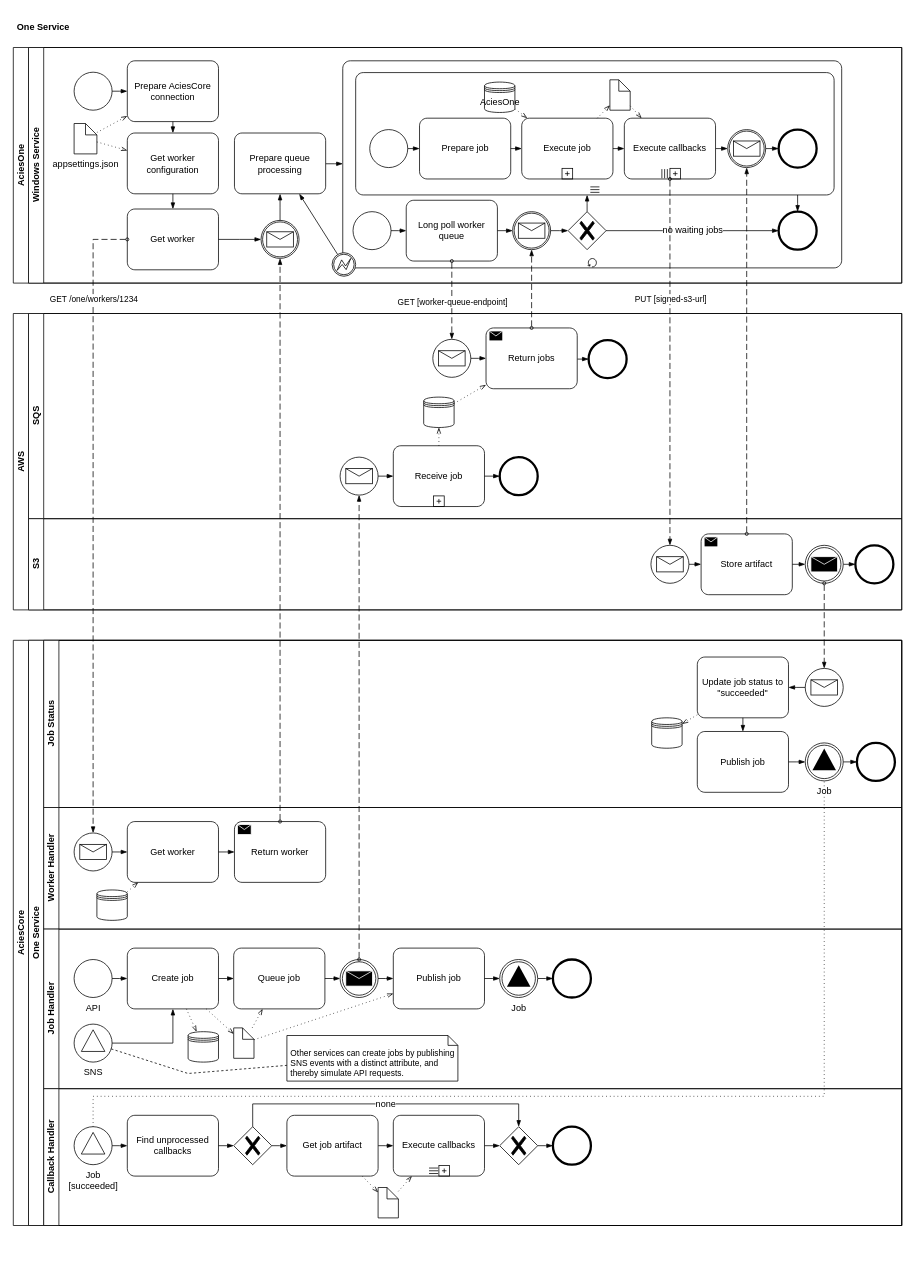
This is services/one/One.drawio from AciesDK/core-diagrams, a draw.io file, before an edit. Source tidied: cells renumbered, new cells numbered last; positions are measured from the earlier drawing's top-left corner, leaving out a move shared by most shapes. Both pictures are drawn from the tidied source at 76%, with x=0, y=0 at pixel (13, 17).
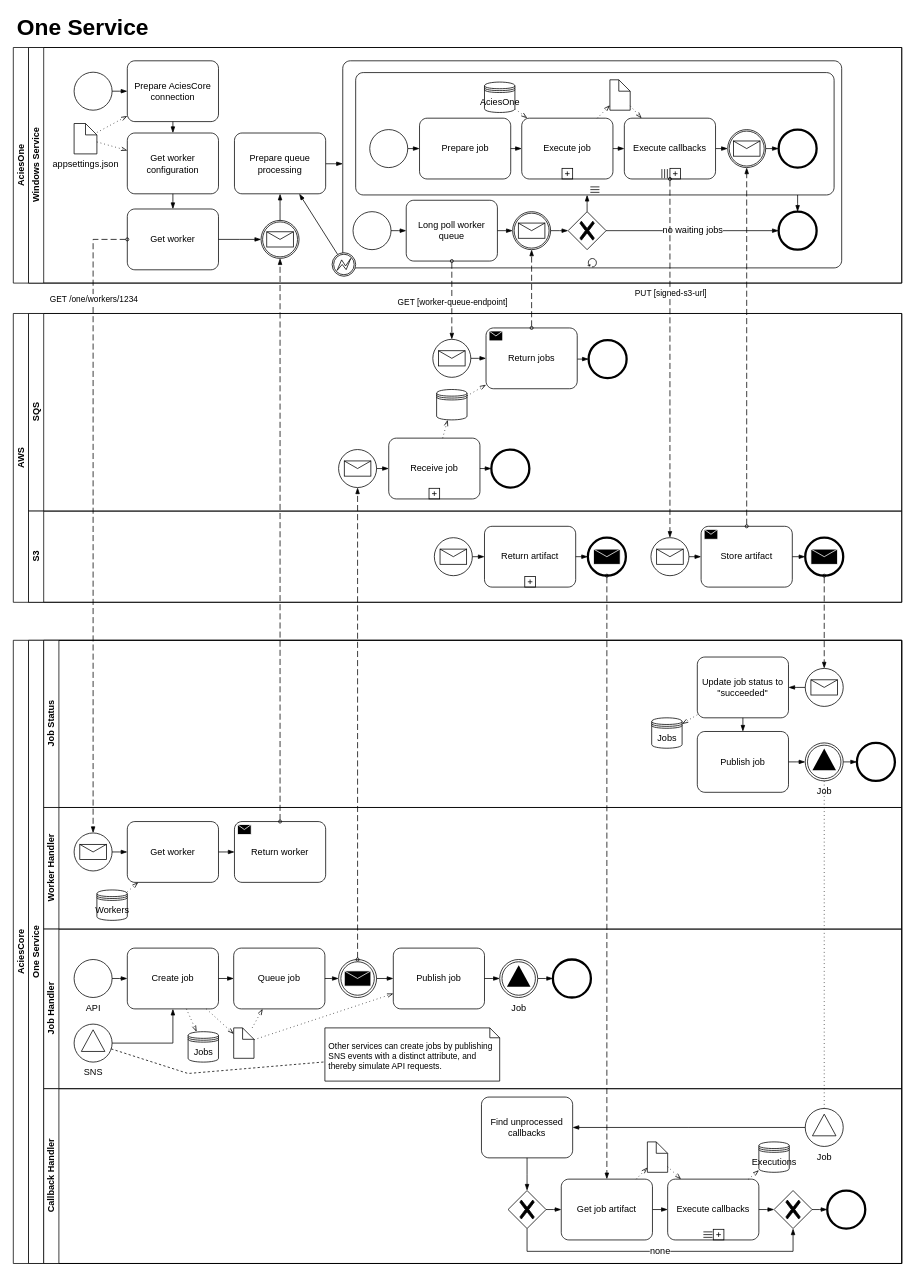
Above is the later version.

Unchanged cells that the change refers to:
```xml
<mxCell id="52" value="Job Status" style="swimlane;html=1;startSize=20;horizontal=0;" parent="51" vertex="1">
  <mxGeometry x="20" width="1129" height="220" as="geometry" />
</mxCell>
<mxCell id="62" value="Job" style="points=[[0.145,0.145,0],[0.5,0,0],[0.855,0.145,0],[1,0.5,0],[0.855,0.855,0],[0.5,1,0],[0.145,0.855,0],[0,0.5,0]];shape=mxgraph.bpmn.event;html=1;verticalLabelPosition=bottom;labelBackgroundColor=#ffffff;verticalAlign=top;align=center;perimeter=ellipsePerimeter;outlineConnect=0;outline=throwing;symbol=signal;" parent="52" vertex="1">
  <mxGeometry x="1002" y="135" width="50" height="50" as="geometry" />
</mxCell>
<mxCell id="64" value="Worker Handler" style="swimlane;html=1;startSize=20;horizontal=0;" parent="51" vertex="1">
  <mxGeometry x="20" y="220" width="1129" height="160" as="geometry" />
</mxCell>
<mxCell id="72" value="Job Handler" style="swimlane;html=1;startSize=20;horizontal=0;" parent="51" vertex="1">
  <mxGeometry x="20" y="380" width="1129" height="210" as="geometry" />
</mxCell>
```

Diff of the diagram source:
```diff
@@
     <mxCell id="50" value="AciesCore" style="swimlane;html=1;horizontal=0;startSize=20;whiteSpace=wrap;" parent="1" vertex="1">
-      <mxGeometry y="820" width="1169" height="770" as="geometry" />
+      <mxGeometry y="820" width="1169" height="820" as="geometry" />
     </mxCell>
     <mxCell id="51" value="One Service" style="swimlane;html=1;horizontal=0;startSize=20;whiteSpace=wrap;" parent="50" vertex="1">
-      <mxGeometry x="20" width="1149" height="770" as="geometry" />
+      <mxGeometry x="20" width="1149" height="820" as="geometry" />
     </mxCell>
@@
-    <mxCell id="58" style="shape=datastore;html=1;labelPosition=center;verticalLabelPosition=bottom;align=center;verticalAlign=top;" parent="52" vertex="1">
+    <mxCell id="58" value="Jobs" style="shape=datastore;html=1;labelPosition=center;verticalLabelPosition=middle;align=center;verticalAlign=middle;" parent="52" vertex="1">
       <mxGeometry x="800" y="102" width="40" height="40" as="geometry" />
     </mxCell>
@@
-    <mxCell id="68" style="shape=datastore;html=1;labelPosition=center;verticalLabelPosition=bottom;align=center;verticalAlign=top;" parent="64" vertex="1">
+    <mxCell id="68" value="Workers" style="shape=datastore;html=1;labelPosition=center;verticalLabelPosition=middle;align=center;verticalAlign=middle;" parent="64" vertex="1">
       <mxGeometry x="70" y="108.5" width="40" height="40" as="geometry" />
     </mxCell>
@@
-    <mxCell id="76" style="shape=datastore;html=1;labelPosition=center;verticalLabelPosition=bottom;align=center;verticalAlign=top;" parent="72" vertex="1">
+    <mxCell id="76" value="Jobs" style="shape=datastore;html=1;labelPosition=center;verticalLabelPosition=middle;align=center;verticalAlign=middle;" parent="72" vertex="1">
       <mxGeometry x="190" y="135" width="40" height="40" as="geometry" />
     </mxCell>
@@
     <mxCell id="83" style="points=[[0.145,0.145,0],[0.5,0,0],[0.855,0.145,0],[1,0.5,0],[0.855,0.855,0],[0.5,1,0],[0.145,0.855,0],[0,0.5,0]];shape=mxgraph.bpmn.event;html=1;verticalLabelPosition=bottom;labelBackgroundColor=#ffffff;verticalAlign=top;align=center;perimeter=ellipsePerimeter;outlineConnect=0;outline=throwing;symbol=message;" parent="72" vertex="1">
-      <mxGeometry x="390" y="40" width="50" height="50" as="geometry" />
+      <mxGeometry x="388" y="40" width="50" height="50" as="geometry" />
     </mxCell>
@@
     <mxCell id="94" value="Other services can create jobs by publishing SNS events with a distinct attribute, and thereby simulate API requests." style="shape=note2;boundedLbl=1;whiteSpace=wrap;size=13;verticalAlign=top;align=left;spacing=0;html=1;spacingLeft=5;fontSize=11;" parent="72" vertex="1">
-      <mxGeometry x="320" y="140" width="225" height="60" as="geometry" />
+      <mxGeometry x="370" y="130" width="230" height="70" as="geometry" />
     </mxCell>
@@
     <mxCell id="96" value="Callback Handler" style="swimlane;html=1;startSize=20;horizontal=0;" parent="51" vertex="1">
-      <mxGeometry x="20" y="590" width="1129" height="180" as="geometry" />
+      <mxGeometry x="20" y="590" width="1129" height="230" as="geometry" />
     </mxCell>
-    <mxCell id="97" value="Job&lt;br&gt;[succeeded]" style="points=[[0.145,0.145,0],[0.5,0,0],[0.855,0.145,0],[1,0.5,0],[0.855,0.855,0],[0.5,1,0],[0.145,0.855,0],[0,0.5,0]];shape=mxgraph.bpmn.event;html=1;verticalLabelPosition=bottom;labelBackgroundColor=#ffffff;verticalAlign=top;align=center;perimeter=ellipsePerimeter;outlineConnect=0;outline=standard;symbol=signal;" parent="96" vertex="1">
-      <mxGeometry x="40" y="50" width="50" height="50" as="geometry" />
+    <mxCell id="97" value="Job" style="points=[[0.145,0.145,0],[0.5,0,0],[0.855,0.145,0],[1,0.5,0],[0.855,0.855,0],[0.5,1,0],[0.145,0.855,0],[0,0.5,0]];shape=mxgraph.bpmn.event;html=1;verticalLabelPosition=bottom;labelBackgroundColor=#ffffff;verticalAlign=top;align=center;perimeter=ellipsePerimeter;outlineConnect=0;outline=standard;symbol=signal;" parent="96" vertex="1">
+      <mxGeometry x="1002" y="26" width="50" height="50" as="geometry" />
     </mxCell>
     <mxCell id="98" value="Find unprocessed callbacks" style="points=[[0.25,0,0],[0.5,0,0],[0.75,0,0],[1,0.25,0],[1,0.5,0],[1,0.75,0],[0.75,1,0],[0.5,1,0],[0.25,1,0],[0,0.75,0],[0,0.5,0],[0,0.25,0]];shape=mxgraph.bpmn.task;whiteSpace=wrap;rectStyle=rounded;size=10;html=1;taskMarker=abstract;" parent="96" vertex="1">
-      <mxGeometry x="110" y="35" width="120" height="80" as="geometry" />
+      <mxGeometry x="576" y="11" width="120" height="80" as="geometry" />
     </mxCell>
@@
     <mxCell id="100" value="Execute callbacks" style="points=[[0.25,0,0],[0.5,0,0],[0.75,0,0],[1,0.25,0],[1,0.5,0],[1,0.75,0],[0.75,1,0],[0.5,1,0],[0.25,1,0],[0,0.75,0],[0,0.5,0],[0,0.25,0]];shape=mxgraph.bpmn.task;whiteSpace=wrap;rectStyle=rounded;size=10;html=1;taskMarker=abstract;isLoopSub=1;isLoopMultiSeq=1;" parent="96" vertex="1">
-      <mxGeometry x="460" y="35" width="120" height="80" as="geometry" />
+      <mxGeometry x="821" y="119" width="120" height="80" as="geometry" />
     </mxCell>
@@
     <mxCell id="102" style="points=[[0.145,0.145,0],[0.5,0,0],[0.855,0.145,0],[1,0.5,0],[0.855,0.855,0],[0.5,1,0],[0.145,0.855,0],[0,0.5,0]];shape=mxgraph.bpmn.event;html=1;verticalLabelPosition=bottom;labelBackgroundColor=#ffffff;verticalAlign=top;align=center;perimeter=ellipsePerimeter;outlineConnect=0;outline=end;symbol=terminate2;" parent="96" vertex="1">
-      <mxGeometry x="670" y="50" width="50" height="50" as="geometry" />
+      <mxGeometry x="1031" y="134" width="50" height="50" as="geometry" />
     </mxCell>
@@
     <mxCell id="104" style="points=[[0.25,0.25,0],[0.5,0,0],[0.75,0.25,0],[1,0.5,0],[0.75,0.75,0],[0.5,1,0],[0.25,0.75,0],[0,0.5,0]];shape=mxgraph.bpmn.gateway2;html=1;verticalLabelPosition=bottom;labelBackgroundColor=#ffffff;verticalAlign=top;align=center;perimeter=rhombusPerimeter;outlineConnect=0;outline=none;symbol=none;gwType=exclusive;" parent="96" vertex="1">
-      <mxGeometry x="250" y="50" width="50" height="50" as="geometry" />
+      <mxGeometry x="611" y="134" width="50" height="50" as="geometry" />
     </mxCell>
@@
     <mxCell id="106" value="Get job artifact" style="points=[[0.25,0,0],[0.5,0,0],[0.75,0,0],[1,0.25,0],[1,0.5,0],[1,0.75,0],[0.75,1,0],[0.5,1,0],[0.25,1,0],[0,0.75,0],[0,0.5,0],[0,0.25,0]];shape=mxgraph.bpmn.task;whiteSpace=wrap;rectStyle=rounded;size=10;html=1;taskMarker=abstract;" parent="96" vertex="1">
-      <mxGeometry x="320" y="35" width="120" height="80" as="geometry" />
+      <mxGeometry x="681" y="119" width="120" height="80" as="geometry" />
     </mxCell>
@@
     <mxCell id="108" style="points=[[0.25,0.25,0],[0.5,0,0],[0.75,0.25,0],[1,0.5,0],[0.75,0.75,0],[0.5,1,0],[0.25,0.75,0],[0,0.5,0]];shape=mxgraph.bpmn.gateway2;html=1;verticalLabelPosition=bottom;labelBackgroundColor=#ffffff;verticalAlign=top;align=center;perimeter=rhombusPerimeter;outlineConnect=0;outline=none;symbol=none;gwType=exclusive;" parent="96" vertex="1">
-      <mxGeometry x="600" y="50" width="50" height="50" as="geometry" />
+      <mxGeometry x="961" y="134" width="50" height="50" as="geometry" />
     </mxCell>
@@
     <mxCell id="110" value="none" style="edgeStyle=elbowEdgeStyle;fontSize=12;html=1;endArrow=blockThin;endFill=1;rounded=0;" parent="96" edge="1" source="104" target="108">
       <mxGeometry relative="1" as="geometry">
         <Array as="points">
-          <mxPoint x="450" y="20" />
+          <mxPoint x="810" y="214" />
         </Array>
       </mxGeometry>
     </mxCell>
     <mxCell id="111" style="shape=mxgraph.bpmn.data;labelPosition=center;verticalLabelPosition=bottom;align=center;verticalAlign=top;size=15;html=1;" parent="96" vertex="1">
-      <mxGeometry x="440" y="130" width="26.7" height="40" as="geometry" />
+      <mxGeometry x="794.3" y="70" width="26.7" height="40" as="geometry" />
     </mxCell>
@@
+    <mxCell id="150" value="Executions" style="shape=datastore;html=1;labelPosition=center;verticalLabelPosition=middle;align=center;verticalAlign=middle;" parent="96" vertex="1">
+      <mxGeometry x="941" y="70" width="40" height="40" as="geometry" />
+    </mxCell>
+    <mxCell id="151" style="fontSize=12;html=1;endFill=0;startFill=0;endSize=6;startSize=6;dashed=1;dashPattern=1 4;endArrow=openThin;startArrow=none;rounded=0;" parent="96" edge="1" source="100" target="150">
+      <mxGeometry relative="1" as="geometry" />
+    </mxCell>
     <mxCell id="114" style="edgeStyle=orthogonalEdgeStyle;fontSize=12;html=1;endFill=0;startFill=0;endSize=6;startSize=6;dashed=1;dashPattern=1 4;endArrow=none;startArrow=none;rounded=0;elbow=vertical;" parent="51" edge="1" source="97" target="62">
-      <mxGeometry relative="1" as="geometry">
-        <Array as="points">
-          <mxPoint x="85" y="600" />
-          <mxPoint x="1047" y="600" />
-        </Array>
-      </mxGeometry>
+      <mxGeometry relative="1" as="geometry" />
     </mxCell>
@@
     <mxCell id="118" value="AWS" style="swimlane;html=1;horizontal=0;startSize=20;whiteSpace=wrap;" parent="1" vertex="1">
-      <mxGeometry y="390" width="1169" height="390" as="geometry" />
+      <mxGeometry y="390" width="1169" height="380" as="geometry" />
     </mxCell>
     <mxCell id="119" value="SQS" style="swimlane;html=1;startSize=20;horizontal=0;" parent="118" vertex="1">
-      <mxGeometry x="20" width="1149" height="270" as="geometry" />
+      <mxGeometry x="20" width="1149" height="260" as="geometry" />
     </mxCell>
@@
     <mxCell id="125" style="shape=datastore;html=1;labelPosition=center;verticalLabelPosition=bottom;align=center;verticalAlign=top;" parent="119" vertex="1">
-      <mxGeometry x="520" y="110" width="40" height="40" as="geometry" />
+      <mxGeometry x="537" y="100" width="40" height="40" as="geometry" />
     </mxCell>
@@
     <mxCell id="127" style="points=[[0.145,0.145,0],[0.5,0,0],[0.855,0.145,0],[1,0.5,0],[0.855,0.855,0],[0.5,1,0],[0.145,0.855,0],[0,0.5,0]];shape=mxgraph.bpmn.event;html=1;verticalLabelPosition=bottom;labelBackgroundColor=#ffffff;verticalAlign=top;align=center;perimeter=ellipsePerimeter;outlineConnect=0;outline=standard;symbol=message;" parent="119" vertex="1">
-      <mxGeometry x="410" y="189" width="50" height="50" as="geometry" />
+      <mxGeometry x="408" y="179" width="50" height="50" as="geometry" />
     </mxCell>
     <mxCell id="128" value="Receive job" style="points=[[0.25,0,0],[0.5,0,0],[0.75,0,0],[1,0.25,0],[1,0.5,0],[1,0.75,0],[0.75,1,0],[0.5,1,0],[0.25,1,0],[0,0.75,0],[0,0.5,0],[0,0.25,0]];shape=mxgraph.bpmn.task;whiteSpace=wrap;rectStyle=rounded;size=10;html=1;taskMarker=abstract;isLoopSub=1;" parent="119" vertex="1">
-      <mxGeometry x="480" y="174" width="120" height="80" as="geometry" />
+      <mxGeometry x="474" y="164" width="120" height="80" as="geometry" />
     </mxCell>
     <mxCell id="129" style="points=[[0.145,0.145,0],[0.5,0,0],[0.855,0.145,0],[1,0.5,0],[0.855,0.855,0],[0.5,1,0],[0.145,0.855,0],[0,0.5,0]];shape=mxgraph.bpmn.event;html=1;verticalLabelPosition=bottom;labelBackgroundColor=#ffffff;verticalAlign=top;align=center;perimeter=ellipsePerimeter;outlineConnect=0;outline=end;symbol=terminate2;" parent="119" vertex="1">
-      <mxGeometry x="620" y="189" width="50" height="50" as="geometry" />
+      <mxGeometry x="609" y="179" width="50" height="50" as="geometry" />
     </mxCell>
@@
     <mxCell id="133" value="S3" style="swimlane;html=1;startSize=20;horizontal=0;" parent="118" vertex="1">
-      <mxGeometry x="20" y="270" width="1149" height="120" as="geometry" />
+      <mxGeometry x="20" y="260" width="1149" height="120" as="geometry" />
     </mxCell>
@@
-    <mxCell id="136" style="points=[[0.145,0.145,0],[0.5,0,0],[0.855,0.145,0],[1,0.5,0],[0.855,0.855,0],[0.5,1,0],[0.145,0.855,0],[0,0.5,0]];shape=mxgraph.bpmn.event;html=1;verticalLabelPosition=bottom;labelBackgroundColor=#ffffff;verticalAlign=top;align=center;perimeter=ellipsePerimeter;outlineConnect=0;outline=end;symbol=terminate2;" parent="133" vertex="1">
-      <mxGeometry x="1088" y="35" width="50" height="50" as="geometry" />
-    </mxCell>
-    <mxCell id="137" style="edgeStyle=elbowEdgeStyle;fontSize=12;html=1;endArrow=blockThin;endFill=1;rounded=0;elbow=vertical;" parent="133" edge="1" source="140" target="136">
-      <mxGeometry relative="1" as="geometry" />
-    </mxCell>
@@
-    <mxCell id="140" style="shape=mxgraph.bpmn.event;html=1;verticalLabelPosition=bottom;labelBackgroundColor=#ffffff;verticalAlign=top;align=center;outlineConnect=0;outline=throwing;symbol=message;points=[[0.145,0.145,0],[0.5,0,0],[0.855,0.145,0],[1,0.5,0],[0.855,0.855,0],[0.5,1,0],[0.145,0.855,0],[0,0.5,0]];perimeter=ellipsePerimeter;" parent="133" vertex="1">
+    <mxCell id="140" style="shape=mxgraph.bpmn.event;html=1;verticalLabelPosition=bottom;labelBackgroundColor=#ffffff;verticalAlign=top;align=center;outlineConnect=0;outline=end;symbol=message;points=[[0.145,0.145,0],[0.5,0,0],[0.855,0.145,0],[1,0.5,0],[0.855,0.855,0],[0.5,1,0],[0.145,0.855,0],[0,0.5,0]];perimeter=ellipsePerimeter;" parent="133" vertex="1">
       <mxGeometry x="1022" y="35" width="50" height="50" as="geometry" />
     </mxCell>
+    <mxCell id="152" style="points=[[0.145,0.145,0],[0.5,0,0],[0.855,0.145,0],[1,0.5,0],[0.855,0.855,0],[0.5,1,0],[0.145,0.855,0],[0,0.5,0]];shape=mxgraph.bpmn.event;html=1;verticalLabelPosition=bottom;labelBackgroundColor=#ffffff;verticalAlign=top;align=center;perimeter=ellipsePerimeter;outlineConnect=0;outline=standard;symbol=message;" parent="133" vertex="1">
+      <mxGeometry x="534" y="35" width="50" height="50" as="geometry" />
+    </mxCell>
+    <mxCell id="153" value="Return artifact" style="points=[[0.25,0,0],[0.5,0,0],[0.75,0,0],[1,0.25,0],[1,0.5,0],[1,0.75,0],[0.75,1,0],[0.5,1,0],[0.25,1,0],[0,0.75,0],[0,0.5,0],[0,0.25,0]];shape=mxgraph.bpmn.task;whiteSpace=wrap;rectStyle=rounded;size=10;html=1;taskMarker=abstract;isLoopSub=1;" parent="133" vertex="1">
+      <mxGeometry x="600" y="20" width="120" height="80" as="geometry" />
+    </mxCell>
+    <mxCell id="154" style="shape=mxgraph.bpmn.event;html=1;verticalLabelPosition=bottom;labelBackgroundColor=#ffffff;verticalAlign=top;align=center;outlineConnect=0;outline=end;symbol=message;points=[[0.145,0.145,0],[0.5,0,0],[0.855,0.145,0],[1,0.5,0],[0.855,0.855,0],[0.5,1,0],[0.145,0.855,0],[0,0.5,0]];perimeter=ellipsePerimeter;" parent="133" vertex="1">
+      <mxGeometry x="736" y="35" width="50" height="50" as="geometry" />
+    </mxCell>
+    <mxCell id="155" style="edgeStyle=elbowEdgeStyle;fontSize=12;html=1;endArrow=blockThin;endFill=1;rounded=0;elbow=vertical;" parent="133" edge="1" source="152" target="153">
+      <mxGeometry relative="1" as="geometry" />
+    </mxCell>
+    <mxCell id="156" style="edgeStyle=elbowEdgeStyle;fontSize=12;html=1;endArrow=blockThin;endFill=1;rounded=0;elbow=vertical;" parent="133" edge="1" source="153" target="154">
+      <mxGeometry relative="1" as="geometry" />
+    </mxCell>
@@
-    <mxCell id="149" value="One Service" style="text;align=left;fontStyle=1;verticalAlign=middle;spacingLeft=3;spacingRight=3;strokeColor=none;html=1;" parent="1" vertex="1">
+    <mxCell id="149" value="One Service" style="text;align=left;fontStyle=1;verticalAlign=middle;spacingLeft=3;spacingRight=3;strokeColor=none;html=1;fontSize=30;" parent="1" vertex="1">
       <mxGeometry width="510" height="26" as="geometry" />
     </mxCell>
+    <mxCell id="157" style="dashed=1;dashPattern=8 4;endArrow=blockThin;endFill=1;startArrow=oval;startFill=0;endSize=6;startSize=4;html=1;rounded=0;edgeStyle=orthogonalEdgeStyle;" parent="1" edge="1" source="154" target="106">
+      <mxGeometry relative="1" as="geometry" />
+    </mxCell>
```
